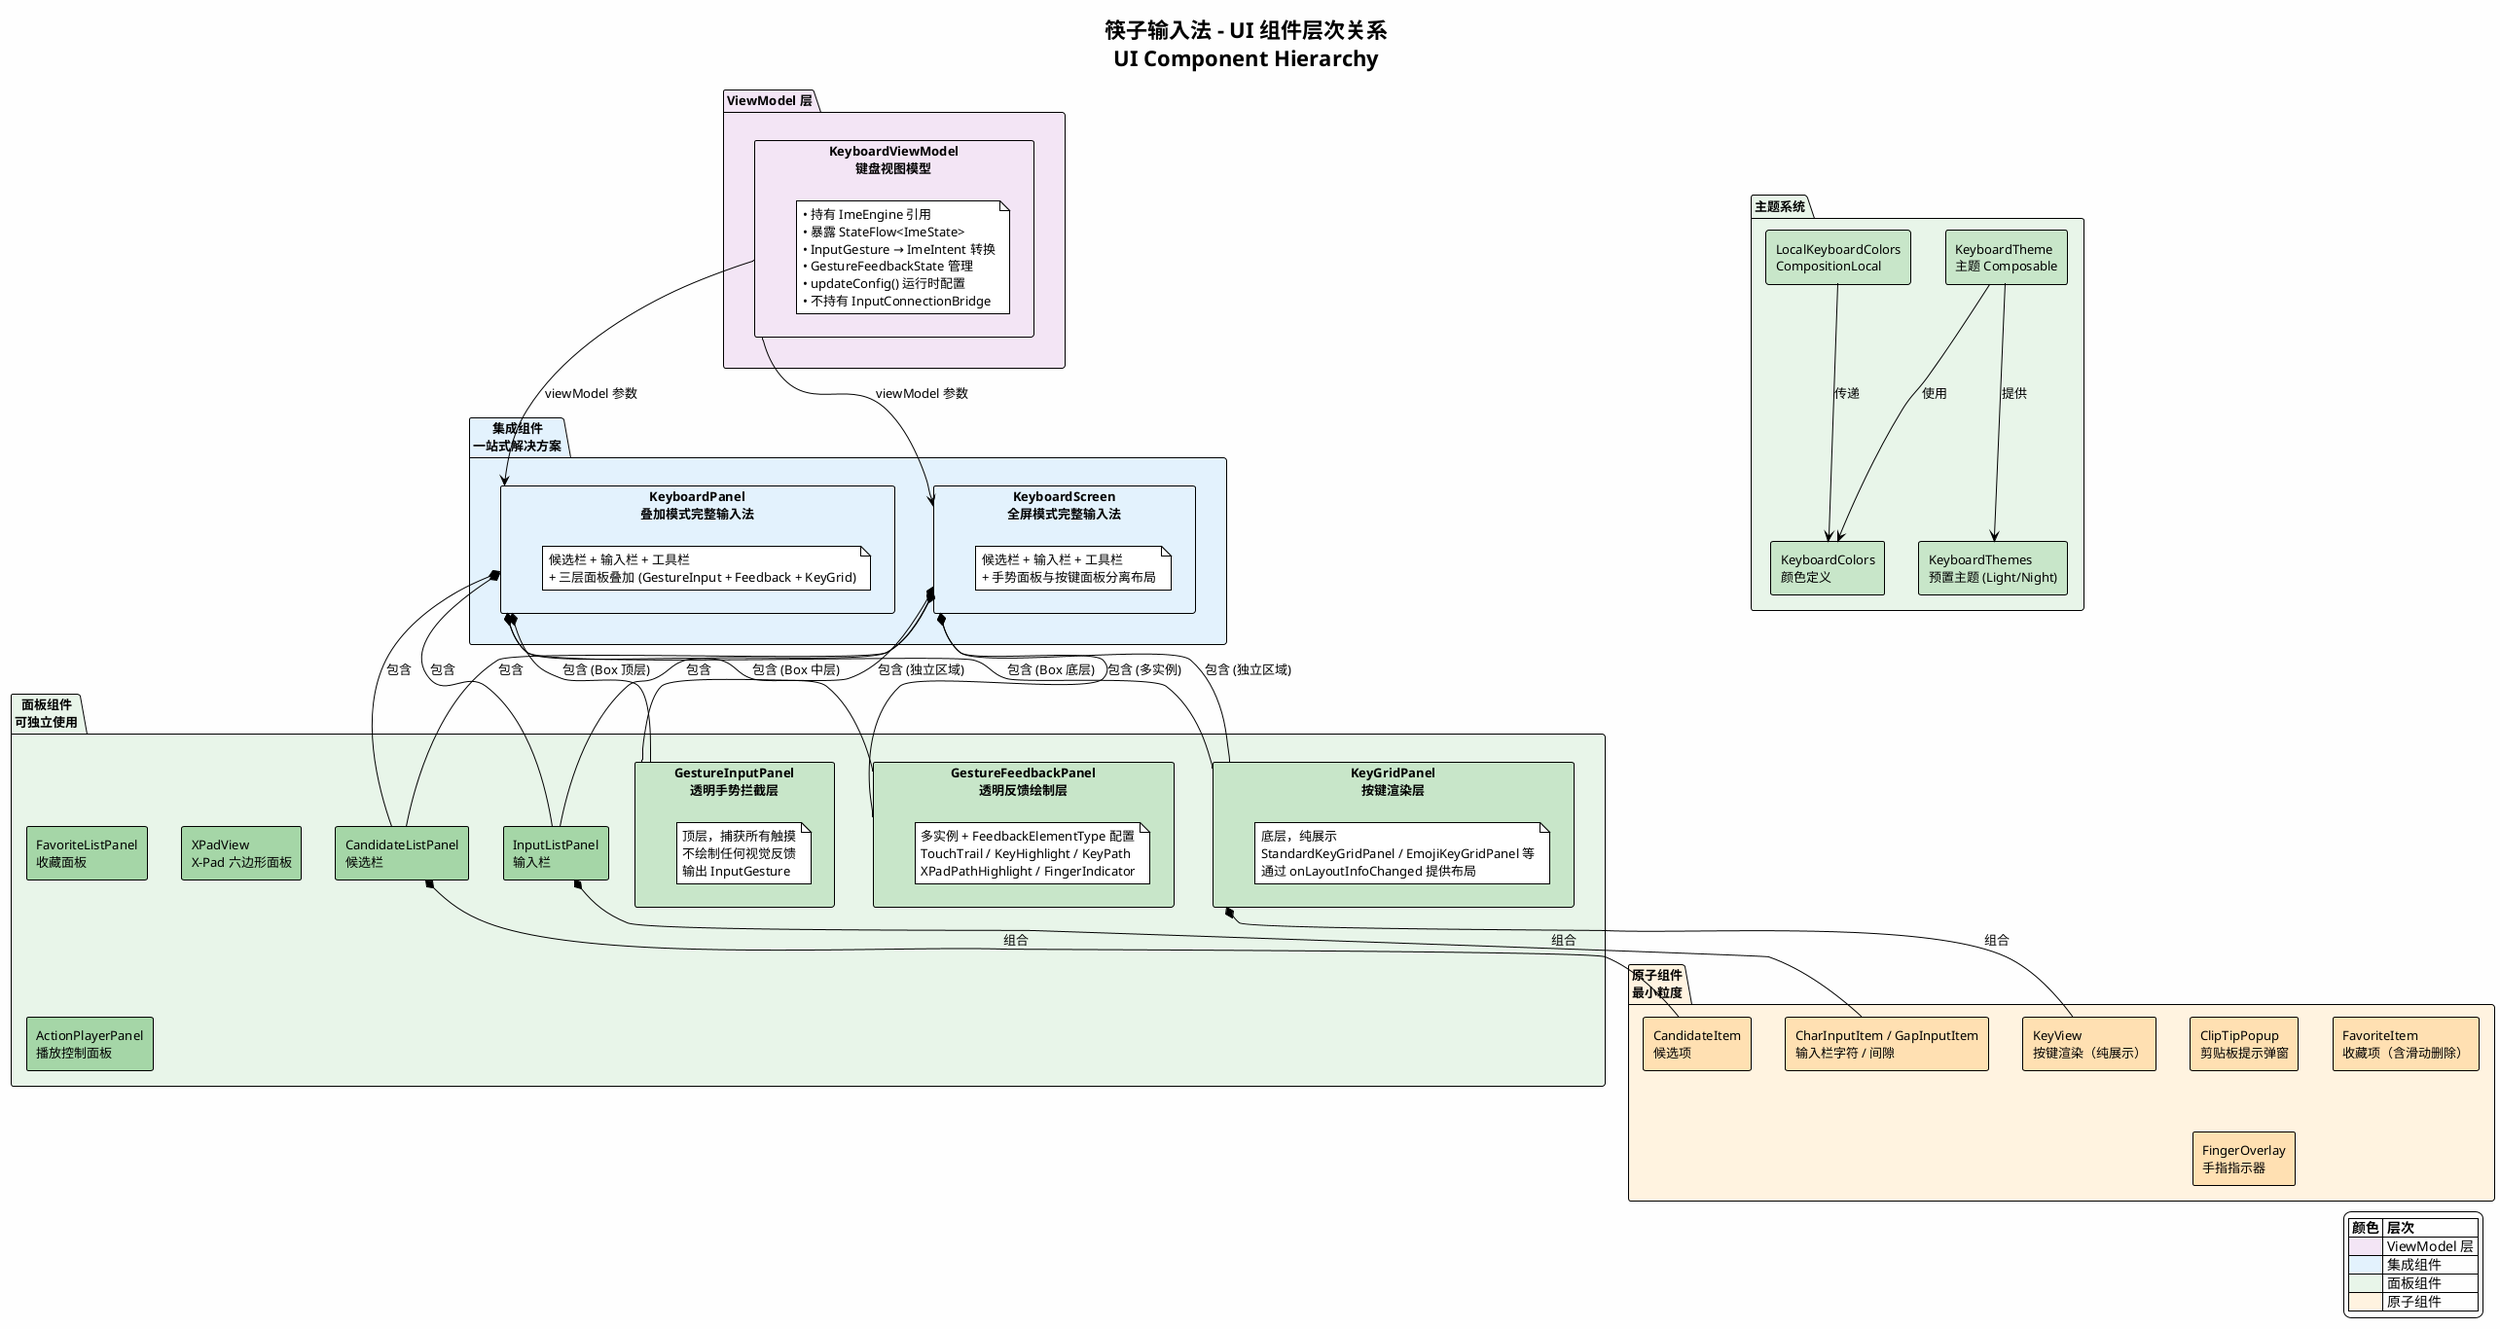
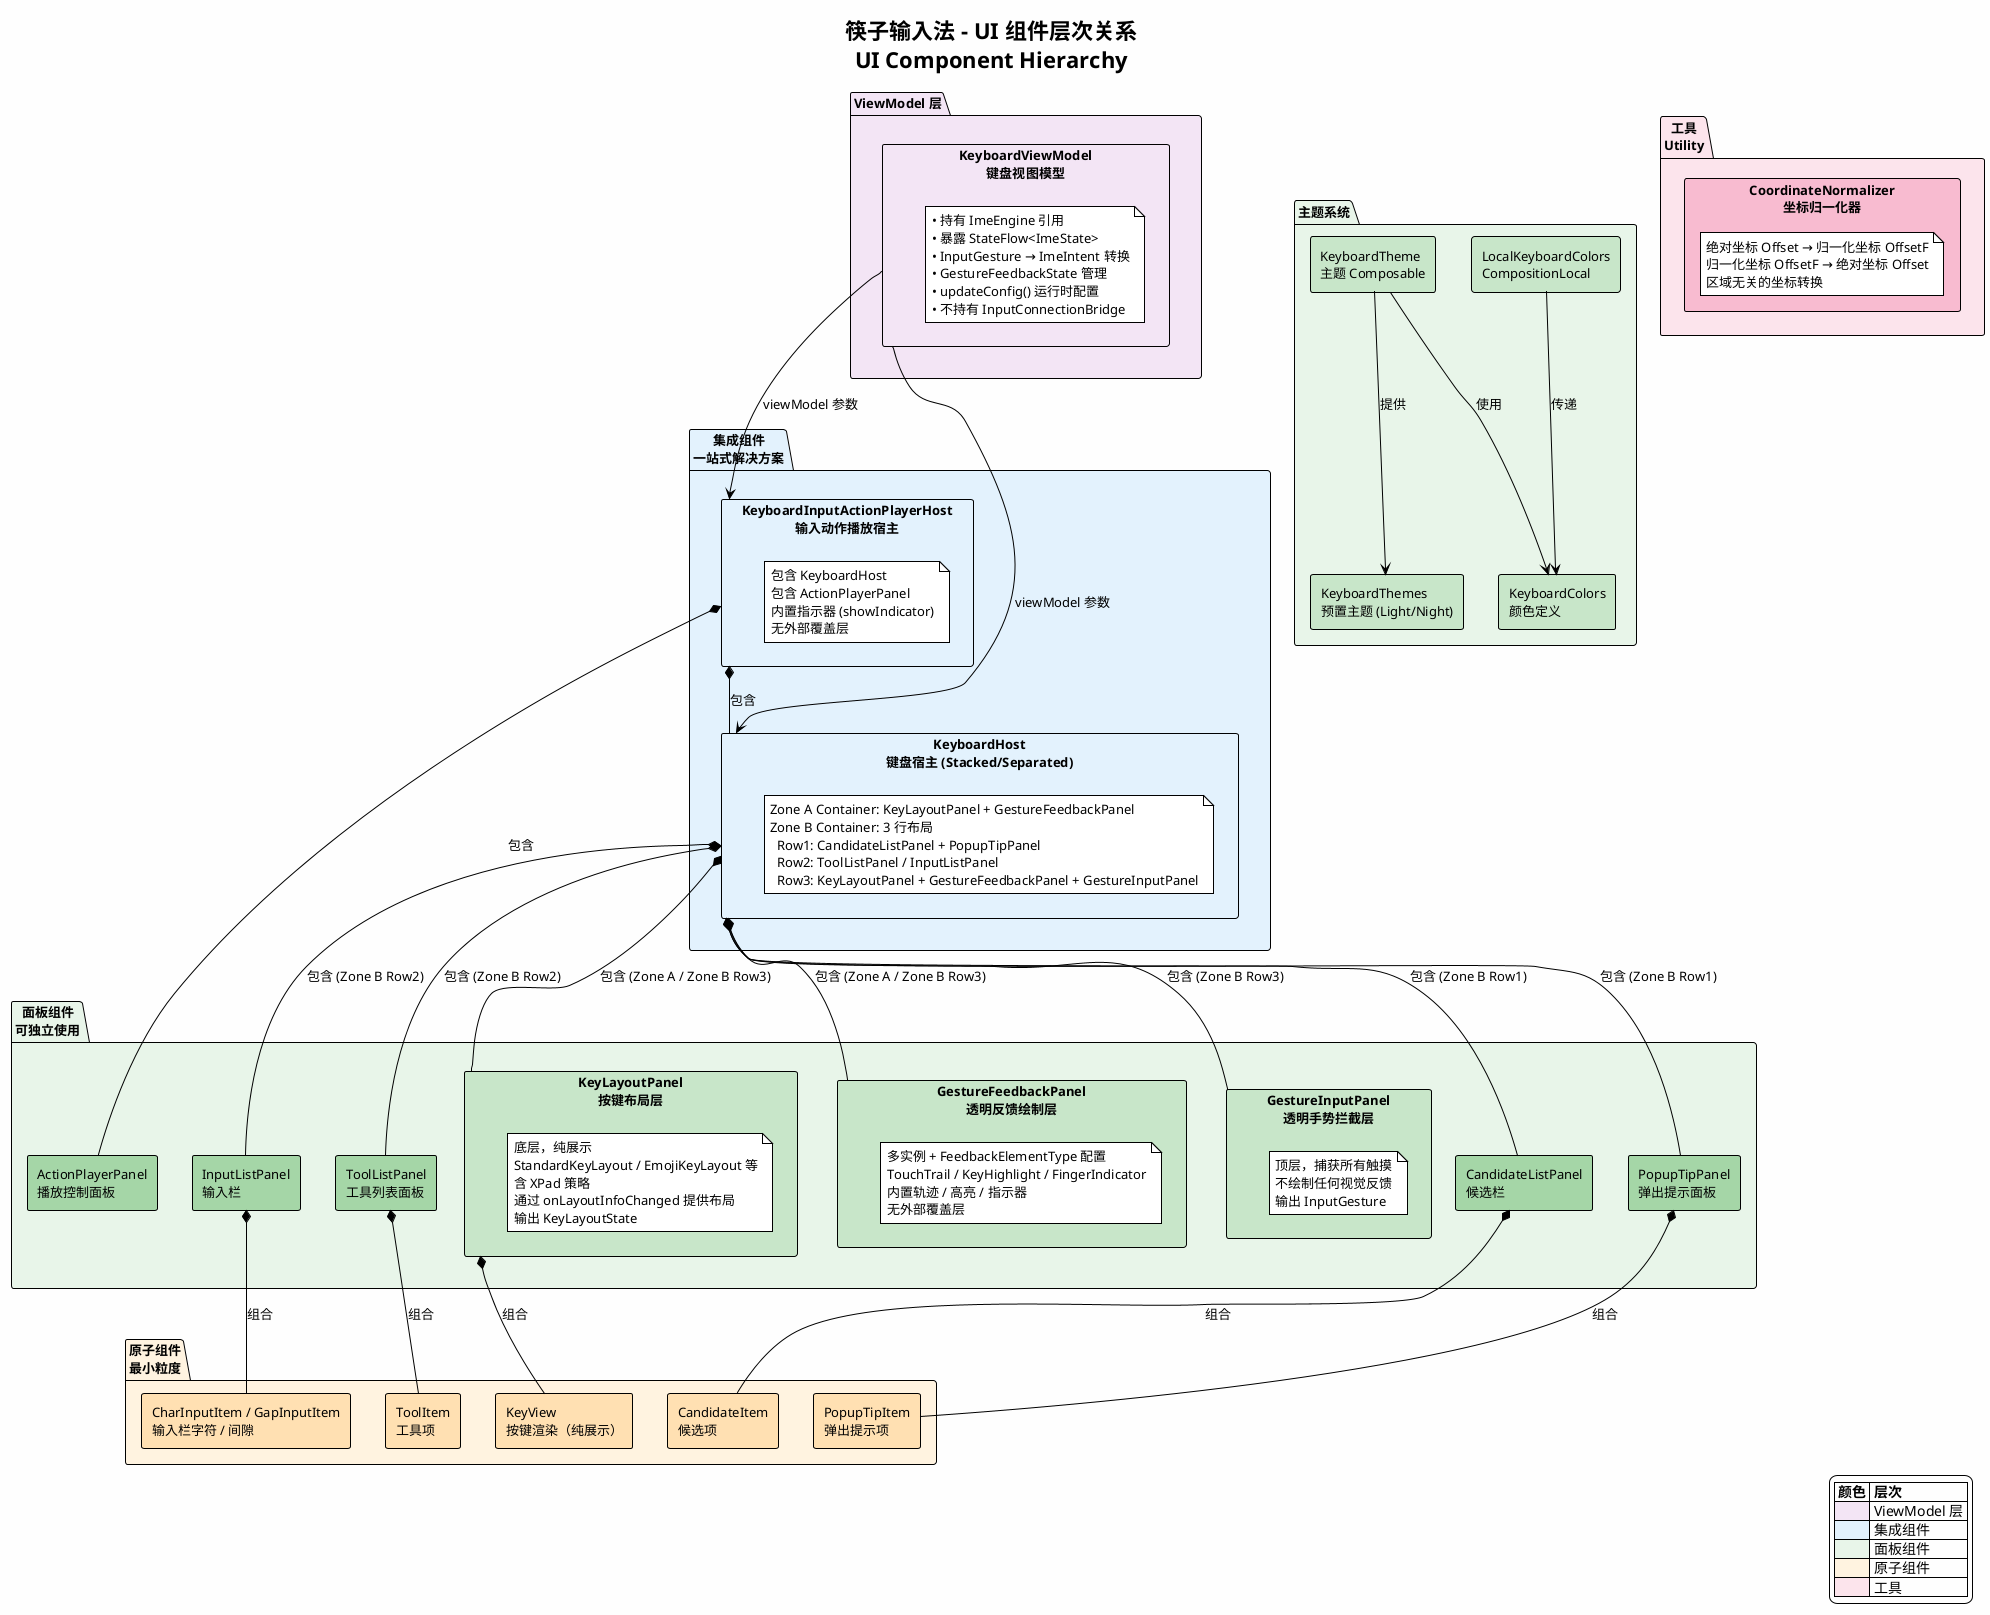
@startuml ui-component-hierarchy
!theme plain
skinparam backgroundColor #FEFEFE
skinparam shadowing false
skinparam defaultFontSize 13

title 筷子输入法 - UI 组件层次关系\nUI Component Hierarchy

' ─── ViewModel 层 ──────────────────────────────────────────────────

package "ViewModel 层" as vm_layer #F3E5F5 {

    rectangle "KeyboardViewModel\n键盘视图模型" as KVM #F3E5F5 {
        note as kvm_note
            • 持有 ImeEngine 引用
            • 暴露 StateFlow<ImeState>
            • InputGesture → ImeIntent 转换
            • GestureFeedbackState 管理
            • updateConfig() 运行时配置
            • 不持有 InputConnectionBridge
        end note
    }
}

' ─── 集成组件 ──────────────────────────────────────────────────────

package "集成组件\n一站式解决方案" as integration #E3F2FD {

-     rectangle "KeyboardPanel\n叠加模式完整输入法" as KP #E3F2FD {
-         note as kp_note
-             候选栏 + 输入栏 + 工具栏
-             + 三层面板叠加 (GestureInput + Feedback + KeyGrid)
+     rectangle "KeyboardHost\n键盘宿主 (Stacked/Separated)" as KH #E3F2FD {
+         note as kh_note
+             Zone A Container: KeyLayoutPanel + GestureFeedbackPanel
+             Zone B Container: 3 行布局
+               Row1: CandidateListPanel + PopupTipPanel
+               Row2: ToolListPanel / InputListPanel
+               Row3: KeyLayoutPanel + GestureFeedbackPanel + GestureInputPanel
        end note
    }

-     rectangle "KeyboardScreen\n全屏模式完整输入法" as KS #E3F2FD {
-         note as ks_note
-             候选栏 + 输入栏 + 工具栏
-             + 手势面板与按键面板分离布局
+     rectangle "KeyboardInputActionPlayerHost\n输入动作播放宿主" as KIAPH #E3F2FD {
+         note as kiaph_note
+             包含 KeyboardHost
+             包含 ActionPlayerPanel
+             内置指示器 (showIndicator)
+             无外部覆盖层
        end note
    }
}

' ─── 面板组件 ──────────────────────────────────────────────────────

package "面板组件\n可独立使用" as panel #E8F5E9 {
+ 
+     rectangle "KeyLayoutPanel\n按键布局层" as KLP #C8E6C9 {
+         note as klp_note
+             底层，纯展示
+             StandardKeyLayout / EmojiKeyLayout 等
+             含 XPad 策略
+             通过 onLayoutInfoChanged 提供布局
+             输出 KeyLayoutState
+         end note
+     }
+ 
+     rectangle "GestureFeedbackPanel\n透明反馈绘制层" as GFP #C8E6C9 {
+         note as gfp_note
+             多实例 + FeedbackElementType 配置
+             TouchTrail / KeyHighlight / FingerIndicator
+             内置轨迹 / 高亮 / 指示器
+             无外部覆盖层
+         end note
+     }

    rectangle "GestureInputPanel\n透明手势拦截层" as GIP #C8E6C9 {
        note as gip_note
            顶层，捕获所有触摸
            不绘制任何视觉反馈
            输出 InputGesture
        end note
    }

-     rectangle "GestureFeedbackPanel\n透明反馈绘制层" as GFP #C8E6C9 {
-         note as gfp_note
-             多实例 + FeedbackElementType 配置
-             TouchTrail / KeyHighlight / KeyPath
-             XPadPathHighlight / FingerIndicator
-         end note
-     }
- 
-     rectangle "KeyGridPanel\n按键渲染层" as KGP #C8E6C9 {
-         note as kgp_note
-             底层，纯展示
-             StandardKeyGridPanel / EmojiKeyGridPanel 等
-             通过 onLayoutInfoChanged 提供布局
-         end note
-     }
- 
    rectangle "CandidateListPanel\n候选栏" as CLP #A5D6A7
+     rectangle "PopupTipPanel\n弹出提示面板" as PTP #A5D6A7
+     rectangle "ToolListPanel\n工具列表面板" as TLP #A5D6A7
    rectangle "InputListPanel\n输入栏" as ILP #A5D6A7
-     rectangle "FavoriteListPanel\n收藏面板" as FLP #A5D6A7
-     rectangle "XPadView\nX-Pad 六边形面板" as XPV #A5D6A7
    rectangle "ActionPlayerPanel\n播放控制面板" as APP #A5D6A7
}

' ─── 原子组件 ──────────────────────────────────────────────────────

package "原子组件\n最小粒度" as atom #FFF3E0 {

    rectangle "KeyView\n按键渲染（纯展示）" as KV #FFE0B2
    rectangle "CandidateItem\n候选项" as CI #FFE0B2
    rectangle "CharInputItem / GapInputItem\n输入栏字符 / 间隙" as CII #FFE0B2
-     rectangle "ClipTipPopup\n剪贴板提示弹窗" as CTP #FFE0B2
-     rectangle "FavoriteItem\n收藏项（含滑动删除）" as FI #FFE0B2
-     rectangle "FingerOverlay\n手指指示器" as FO #FFE0B2
+     rectangle "PopupTipItem\n弹出提示项" as PTI #FFE0B2
+     rectangle "ToolItem\n工具项" as TI #FFE0B2
}

' ─── 主题系统 ──────────────────────────────────────────────────────

package "主题系统" as theme #E8F5E9 {

    rectangle "KeyboardColors\n颜色定义" as KC #C8E6C9
    rectangle "KeyboardThemes\n预置主题 (Light/Night)" as KTs #C8E6C9
    rectangle "KeyboardTheme\n主题 Composable" as KT #C8E6C9
    rectangle "LocalKeyboardColors\nCompositionLocal" as LKC #C8E6C9
}

+ ' ─── 工具 ──────────────────────────────────────────────────────────
+ 
+ package "工具\nUtility" as utility #FCE4EC {
+ 
+     rectangle "CoordinateNormalizer\n坐标归一化器" as CN #F8BBD0 {
+         note as cn_note
+             绝对坐标 Offset → 归一化坐标 OffsetF
+             归一化坐标 OffsetF → 绝对坐标 Offset
+             区域无关的坐标转换
+         end note
+     }
+ }
+ 
' ─── Composition Relationships ─────────────────────────────────────

- KVM --> KP : "viewModel 参数"
- KVM --> KS : "viewModel 参数"
+ KVM --> KH : "viewModel 参数"
+ KVM --> KIAPH : "viewModel 参数"

- KP *-- CLP : "包含"
- KP *-- ILP : "包含"
- KP *-- GIP : "包含 (Box 顶层)"
- KP *-- GFP : "包含 (Box 中层)"
- KP *-- KGP : "包含 (Box 底层)"
+ KH *-- KLP : "包含 (Zone A / Zone B Row3)"
+ KH *-- GFP : "包含 (Zone A / Zone B Row3)"
+ KH *-- GIP : "包含 (Zone B Row3)"
+ KH *-- CLP : "包含 (Zone B Row1)"
+ KH *-- PTP : "包含 (Zone B Row1)"
+ KH *-- TLP : "包含 (Zone B Row2)"
+ KH *-- ILP : "包含 (Zone B Row2)"

- KS *-- CLP : "包含"
- KS *-- ILP : "包含"
- KS *-- GIP : "包含 (独立区域)"
- KS *-- GFP : "包含 (多实例)"
- KS *-- KGP : "包含 (独立区域)"
+ KIAPH *-- KH : "包含"
+ KIAPH *-- APP : "包含"

- KGP *-- KV : "组合"
+ KLP *-- KV : "组合"
CLP *-- CI : "组合"
ILP *-- CII : "组合"
+ PTP *-- PTI : "组合"
+ TLP *-- TI : "组合"

KT --> KC : "使用"
KT --> KTs : "提供"
LKC --> KC : "传递"

' ─── Legend ─────────────────────────────────────────────────────────

legend right
    |= 颜色 |= 层次 |
    |<#F3E5F5>| ViewModel 层 |
    |<#E3F2FD>| 集成组件 |
    |<#E8F5E9>| 面板组件 |
    |<#FFF3E0>| 原子组件 |
+     |<#FCE4EC>| 工具 |
endlegend

@enduml
